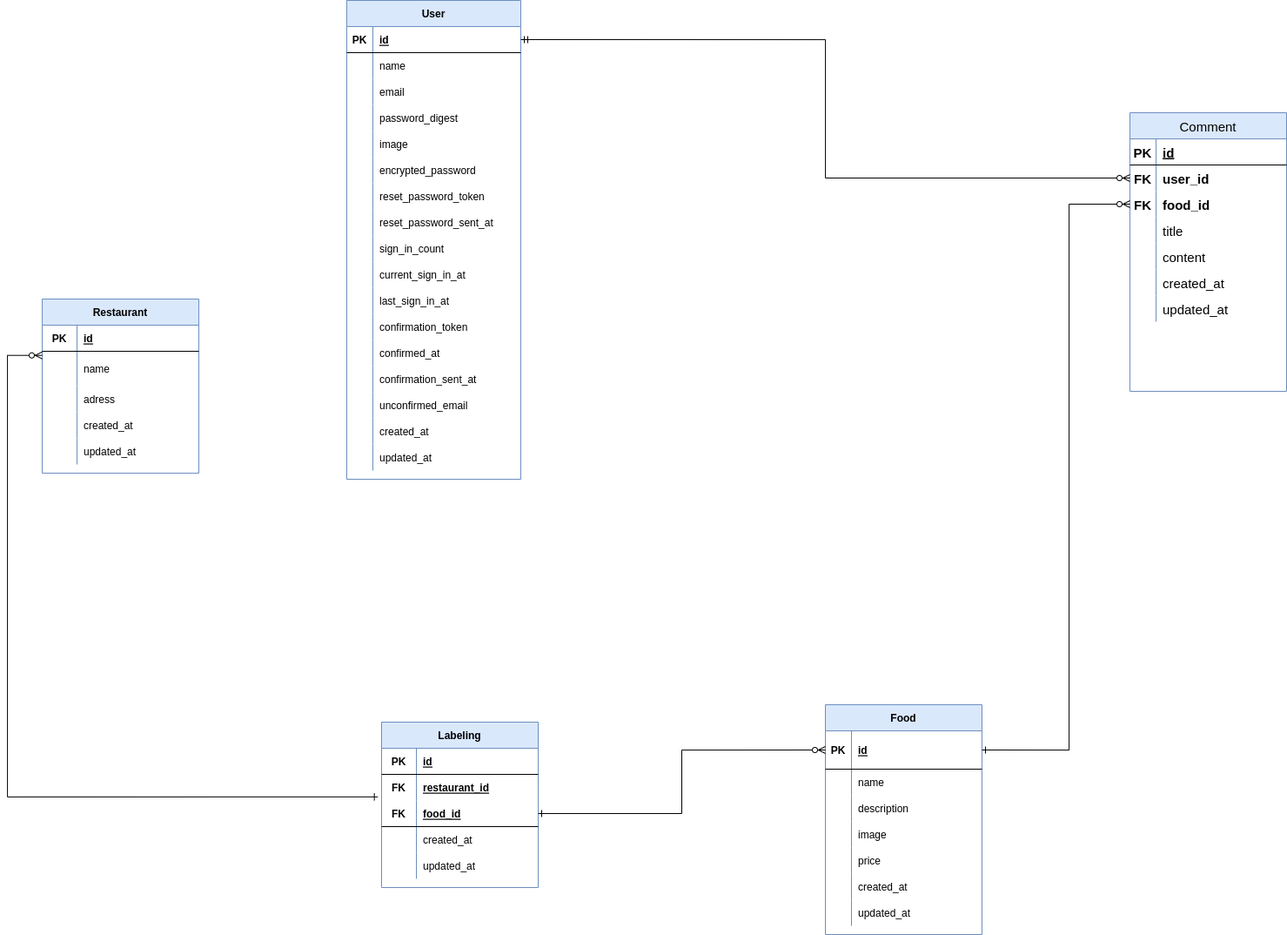
Before: docs/Table_ER_Diagramm.png, a diagram exported from draw.io (Gado229/special_food_store). Source tidied: cells renumbered, new cells last; positions are measured from the earlier drawing's top-left corner, leaving out a move shared by most shapes.
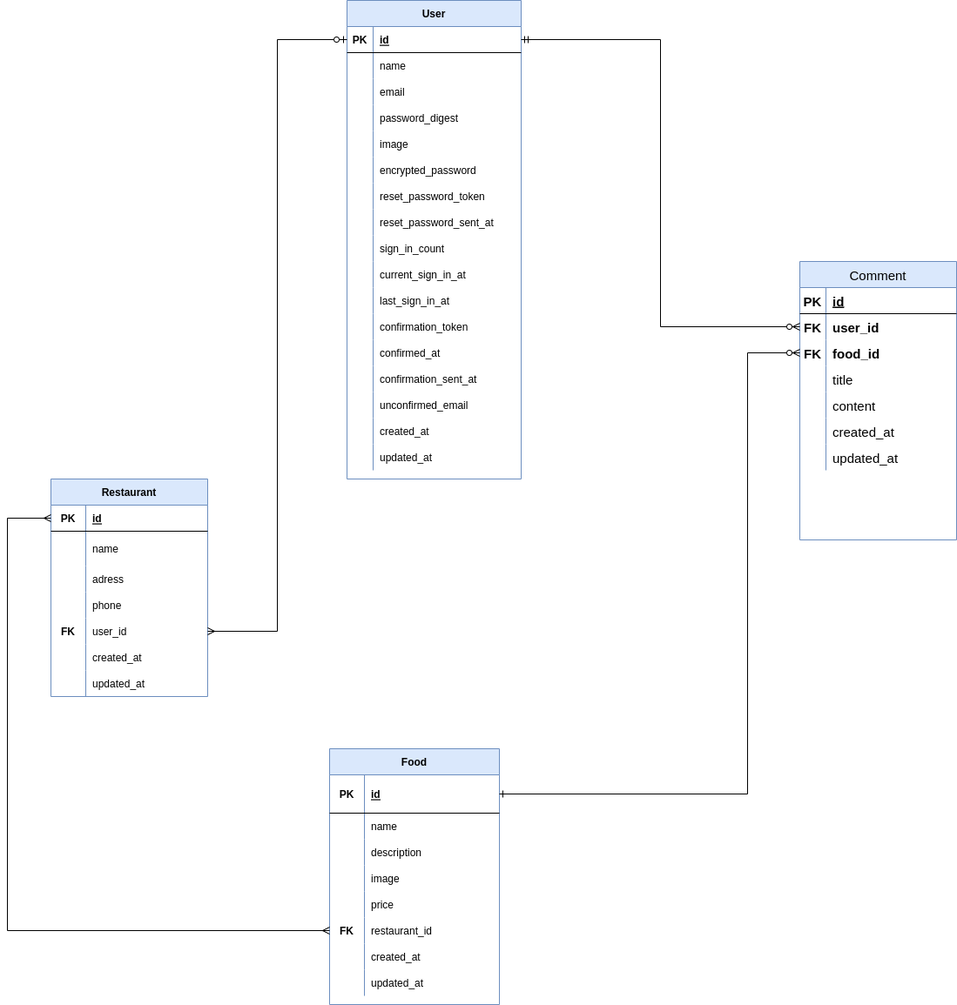
The same file after the commit.

Diff of the diagram source:
```diff
@@ -3,7 +3,7 @@
     <mxCell id="0" />
     <mxCell id="1" parent="0" />
     <mxCell id="2" value="User" style="shape=table;startSize=30;rowLines=0;fontStyle=1;align=center;fillColor=#dae8fc;strokeColor=#6c8ebf;" parent="1" vertex="1">
-      <mxGeometry x="390" width="200" height="550" as="geometry" />
+      <mxGeometry x="170" y="-817" width="200" height="550" as="geometry" />
     </mxCell>
     <mxCell id="3" style="shape=tableRow;horizontal=0;startSize=0;swimlaneHead=0;swimlaneBody=0;fillColor=none;points=[[0,0.5],[1,0.5]];portConstraint=eastwest;top=0;left=0;right=0;bottom=1;" parent="2" vertex="1">
       <mxGeometry y="30" width="200" height="30" as="geometry" />
@@ -159,121 +159,82 @@
       <mxGeometry x="30" width="170" height="30" as="geometry" />
     </mxCell>
     <mxCell id="54" value="Food" style="shape=table;startSize=30;rowLines=0;fontStyle=1;align=center;fillColor=#dae8fc;strokeColor=#6c8ebf;" parent="1" vertex="1">
-      <mxGeometry x="940" y="809" width="180" height="264" as="geometry" />
+      <mxGeometry x="150" y="43" width="195" height="294" as="geometry" />
     </mxCell>
     <mxCell id="55" style="shape=tableRow;horizontal=0;startSize=0;swimlaneHead=0;swimlaneBody=0;fillColor=none;points=[[0,0.5],[1,0.5]];portConstraint=eastwest;top=0;left=0;right=0;bottom=1;" parent="54" vertex="1">
-      <mxGeometry y="30" width="180" height="44" as="geometry" />
+      <mxGeometry y="30" width="195" height="44" as="geometry" />
     </mxCell>
     <mxCell id="56" value="PK" style="shape=partialRectangle;fillColor=none;top=0;left=0;bottom=0;right=0;fontStyle=1;overflow=hidden;" parent="55" vertex="1">
-      <mxGeometry width="30" height="44" as="geometry" />
+      <mxGeometry width="40" height="44" as="geometry" />
     </mxCell>
     <mxCell id="57" value="id" style="shape=partialRectangle;fillColor=none;top=0;left=0;bottom=0;right=0;align=left;spacingLeft=6;fontStyle=5;overflow=hidden;" parent="55" vertex="1">
-      <mxGeometry x="30" width="150" height="44" as="geometry" />
+      <mxGeometry x="40" width="155" height="44" as="geometry" />
     </mxCell>
     <mxCell id="58" style="shape=tableRow;horizontal=0;startSize=0;swimlaneHead=0;swimlaneBody=0;fillColor=none;top=0;left=0;right=0;bottom=0;" parent="54" vertex="1">
-      <mxGeometry y="74" width="180" height="30" as="geometry" />
+      <mxGeometry y="74" width="195" height="30" as="geometry" />
     </mxCell>
     <mxCell id="59" style="shape=partialRectangle;fillColor=none;top=0;left=0;bottom=0;right=0;overflow=hidden;" parent="58" vertex="1">
-      <mxGeometry width="30" height="30" as="geometry" />
+      <mxGeometry width="40" height="30" as="geometry" />
     </mxCell>
     <mxCell id="60" value="name" style="shape=partialRectangle;fillColor=none;top=0;left=0;bottom=0;right=0;align=left;spacingLeft=6;overflow=hidden;" parent="58" vertex="1">
-      <mxGeometry x="30" width="150" height="30" as="geometry" />
+      <mxGeometry x="40" width="155" height="30" as="geometry" />
     </mxCell>
     <mxCell id="61" style="shape=tableRow;horizontal=0;startSize=0;swimlaneHead=0;swimlaneBody=0;fillColor=none;top=0;left=0;right=0;bottom=0;" parent="54" vertex="1">
-      <mxGeometry y="104" width="180" height="30" as="geometry" />
+      <mxGeometry y="104" width="195" height="30" as="geometry" />
     </mxCell>
     <mxCell id="62" style="shape=partialRectangle;fillColor=none;top=0;left=0;bottom=0;right=0;overflow=hidden;" parent="61" vertex="1">
-      <mxGeometry width="30" height="30" as="geometry" />
+      <mxGeometry width="40" height="30" as="geometry" />
     </mxCell>
     <mxCell id="63" value="description" style="shape=partialRectangle;fillColor=none;top=0;left=0;bottom=0;right=0;align=left;spacingLeft=6;overflow=hidden;" parent="61" vertex="1">
-      <mxGeometry x="30" width="150" height="30" as="geometry" />
+      <mxGeometry x="40" width="155" height="30" as="geometry" />
     </mxCell>
     <mxCell id="64" style="shape=tableRow;horizontal=0;startSize=0;swimlaneHead=0;swimlaneBody=0;fillColor=none;top=0;left=0;right=0;bottom=0;" parent="54" vertex="1">
-      <mxGeometry y="134" width="180" height="30" as="geometry" />
+      <mxGeometry y="134" width="195" height="30" as="geometry" />
     </mxCell>
     <mxCell id="65" style="shape=partialRectangle;fillColor=none;top=0;left=0;bottom=0;right=0;overflow=hidden;" parent="64" vertex="1">
-      <mxGeometry width="30" height="30" as="geometry" />
+      <mxGeometry width="40" height="30" as="geometry" />
     </mxCell>
     <mxCell id="66" value="image" style="shape=partialRectangle;fillColor=none;top=0;left=0;bottom=0;right=0;align=left;spacingLeft=6;overflow=hidden;" parent="64" vertex="1">
-      <mxGeometry x="30" width="150" height="30" as="geometry" />
+      <mxGeometry x="40" width="155" height="30" as="geometry" />
     </mxCell>
     <mxCell id="67" style="shape=tableRow;horizontal=0;startSize=0;swimlaneHead=0;swimlaneBody=0;fillColor=none;top=0;left=0;right=0;bottom=0;" parent="54" vertex="1">
-      <mxGeometry y="164" width="180" height="30" as="geometry" />
+      <mxGeometry y="164" width="195" height="30" as="geometry" />
     </mxCell>
     <mxCell id="68" style="shape=partialRectangle;fillColor=none;top=0;left=0;bottom=0;right=0;overflow=hidden;" parent="67" vertex="1">
-      <mxGeometry width="30" height="30" as="geometry" />
+      <mxGeometry width="40" height="30" as="geometry" />
     </mxCell>
     <mxCell id="69" value="price" style="shape=partialRectangle;fillColor=none;top=0;left=0;bottom=0;right=0;align=left;spacingLeft=6;overflow=hidden;" parent="67" vertex="1">
-      <mxGeometry x="30" width="150" height="30" as="geometry" />
+      <mxGeometry x="40" width="155" height="30" as="geometry" />
     </mxCell>
+    <mxCell id="134" style="shape=tableRow;horizontal=0;startSize=0;swimlaneHead=0;swimlaneBody=0;fillColor=none;points=[[0,0.5],[1,0.5]];portConstraint=eastwest;top=0;left=0;right=0;bottom=0;" parent="54" vertex="1">
+      <mxGeometry y="194" width="195" height="30" as="geometry" />
+    </mxCell>
+    <mxCell id="135" value="FK" style="shape=partialRectangle;fillColor=none;top=0;left=0;bottom=0;right=0;overflow=hidden;fontStyle=1;" parent="134" vertex="1">
+      <mxGeometry width="40" height="30" as="geometry" />
+    </mxCell>
+    <mxCell id="82" value="restaurant_id" style="shape=partialRectangle;fillColor=none;top=0;left=0;bottom=0;right=0;align=left;spacingLeft=6;overflow=hidden;" parent="134" vertex="1">
+      <mxGeometry x="40" width="155" height="30" as="geometry" />
+    </mxCell>
     <mxCell id="70" style="shape=tableRow;horizontal=0;startSize=0;swimlaneHead=0;swimlaneBody=0;fillColor=none;top=0;left=0;right=0;bottom=0;" parent="54" vertex="1">
-      <mxGeometry y="194" width="180" height="30" as="geometry" />
+      <mxGeometry y="224" width="195" height="30" as="geometry" />
     </mxCell>
     <mxCell id="71" style="shape=partialRectangle;fillColor=none;top=0;left=0;bottom=0;right=0;overflow=hidden;" parent="70" vertex="1">
-      <mxGeometry width="30" height="30" as="geometry" />
+      <mxGeometry width="40" height="30" as="geometry" />
     </mxCell>
     <mxCell id="72" value="created_at" style="shape=partialRectangle;fillColor=none;top=0;left=0;bottom=0;right=0;align=left;spacingLeft=6;overflow=hidden;" parent="70" vertex="1">
-      <mxGeometry x="30" width="150" height="30" as="geometry" />
+      <mxGeometry x="40" width="155" height="30" as="geometry" />
     </mxCell>
     <mxCell id="73" style="shape=tableRow;horizontal=0;startSize=0;swimlaneHead=0;swimlaneBody=0;fillColor=none;top=0;left=0;right=0;bottom=0;" parent="54" vertex="1">
-      <mxGeometry y="224" width="180" height="30" as="geometry" />
+      <mxGeometry y="254" width="195" height="30" as="geometry" />
     </mxCell>
     <mxCell id="74" style="shape=partialRectangle;fillColor=none;top=0;left=0;bottom=0;right=0;overflow=hidden;" parent="73" vertex="1">
-      <mxGeometry width="30" height="30" as="geometry" />
+      <mxGeometry width="40" height="30" as="geometry" />
     </mxCell>
     <mxCell id="75" value="updated_at" style="shape=partialRectangle;fillColor=none;top=0;left=0;bottom=0;right=0;align=left;spacingLeft=6;overflow=hidden;" parent="73" vertex="1">
-      <mxGeometry x="30" width="150" height="30" as="geometry" />
+      <mxGeometry x="40" width="155" height="30" as="geometry" />
     </mxCell>
-    <mxCell id="76" value="Labeling" style="shape=table;startSize=30;rowLines=0;fontStyle=1;align=center;strokeColor=#6c8ebf;fillColor=#dae8fc;" parent="1" vertex="1">
-      <mxGeometry x="430" y="829" width="180" height="190" as="geometry" />
-    </mxCell>
-    <mxCell id="77" style="shape=tableRow;horizontal=0;startSize=0;swimlaneHead=0;swimlaneBody=0;fillColor=none;top=0;left=0;right=0;bottom=1;strokeColor=default;" parent="76" vertex="1">
-      <mxGeometry y="30" width="180" height="30" as="geometry" />
-    </mxCell>
-    <mxCell id="78" value="PK" style="shape=partialRectangle;fillColor=none;top=0;left=0;bottom=0;right=0;fontStyle=1;overflow=hidden;strokeColor=default;" parent="77" vertex="1">
-      <mxGeometry width="40" height="30" as="geometry" />
-    </mxCell>
-    <mxCell id="79" value="id" style="shape=partialRectangle;fillColor=none;top=0;left=0;bottom=0;right=0;align=left;spacingLeft=6;fontStyle=5;overflow=hidden;strokeColor=default;" parent="77" vertex="1">
-      <mxGeometry x="40" width="140" height="30" as="geometry" />
-    </mxCell>
-    <mxCell id="80" style="shape=tableRow;horizontal=0;startSize=0;swimlaneHead=0;swimlaneBody=0;fillColor=none;top=0;left=0;right=0;bottom=0;strokeColor=default;" parent="76" vertex="1">
-      <mxGeometry y="60" width="180" height="30" as="geometry" />
-    </mxCell>
-    <mxCell id="81" value="FK" style="shape=partialRectangle;fillColor=none;top=0;left=0;bottom=0;right=0;fontStyle=1;overflow=hidden;strokeColor=default;" parent="80" vertex="1">
-      <mxGeometry width="40" height="30" as="geometry" />
-    </mxCell>
-    <mxCell id="82" value="restaurant_id" style="shape=partialRectangle;fillColor=none;top=0;left=0;bottom=0;right=0;align=left;spacingLeft=6;fontStyle=5;overflow=hidden;strokeColor=default;" parent="80" vertex="1">
-      <mxGeometry x="40" width="140" height="30" as="geometry" />
-    </mxCell>
-    <mxCell id="83" style="shape=tableRow;horizontal=0;startSize=0;swimlaneHead=0;swimlaneBody=0;fillColor=none;points=[[0,0.5],[1,0.5]];portConstraint=eastwest;top=0;left=0;right=0;bottom=1;strokeColor=default;" parent="76" vertex="1">
-      <mxGeometry y="90" width="180" height="30" as="geometry" />
-    </mxCell>
-    <mxCell id="84" value="FK" style="shape=partialRectangle;fillColor=none;top=0;left=0;bottom=0;right=0;fontStyle=1;overflow=hidden;strokeColor=default;" parent="83" vertex="1">
-      <mxGeometry width="40" height="30" as="geometry" />
-    </mxCell>
-    <mxCell id="85" value="food_id" style="shape=partialRectangle;fillColor=none;top=0;left=0;bottom=0;right=0;align=left;spacingLeft=6;fontStyle=5;overflow=hidden;strokeColor=default;" parent="83" vertex="1">
-      <mxGeometry x="40" width="140" height="30" as="geometry" />
-    </mxCell>
-    <mxCell id="86" style="shape=tableRow;horizontal=0;startSize=0;swimlaneHead=0;swimlaneBody=0;fillColor=none;top=0;left=0;right=0;bottom=0;strokeColor=default;" parent="76" vertex="1">
-      <mxGeometry y="120" width="180" height="30" as="geometry" />
-    </mxCell>
-    <mxCell id="87" style="shape=partialRectangle;fillColor=none;top=0;left=0;bottom=0;right=0;overflow=hidden;strokeColor=default;" parent="86" vertex="1">
-      <mxGeometry width="40" height="30" as="geometry" />
-    </mxCell>
-    <mxCell id="88" value="created_at" style="shape=partialRectangle;fillColor=none;top=0;left=0;bottom=0;right=0;align=left;spacingLeft=6;overflow=hidden;strokeColor=default;" parent="86" vertex="1">
-      <mxGeometry x="40" width="140" height="30" as="geometry" />
-    </mxCell>
-    <mxCell id="89" style="shape=tableRow;horizontal=0;startSize=0;swimlaneHead=0;swimlaneBody=0;fillColor=none;top=0;left=0;right=0;bottom=0;strokeColor=default;" parent="76" vertex="1">
-      <mxGeometry y="150" width="180" height="30" as="geometry" />
-    </mxCell>
-    <mxCell id="90" style="shape=partialRectangle;fillColor=none;top=0;left=0;bottom=0;right=0;overflow=hidden;strokeColor=default;" parent="89" vertex="1">
-      <mxGeometry width="40" height="30" as="geometry" />
-    </mxCell>
-    <mxCell id="91" value="updated_at" style="shape=partialRectangle;fillColor=none;top=0;left=0;bottom=0;right=0;align=left;spacingLeft=6;overflow=hidden;strokeColor=default;" parent="89" vertex="1">
-      <mxGeometry x="40" width="140" height="30" as="geometry" />
-    </mxCell>
     <mxCell id="92" value="Comment" style="shape=table;startSize=30;rowLines=0;fontStyle=0;align=center;labelBackgroundColor=none;fontSize=15;strokeWidth=1;fillColor=#dae8fc;strokeColor=#6c8ebf;rounded=0;" parent="1" vertex="1">
-      <mxGeometry x="1290" y="129" width="180" height="320" as="geometry" />
+      <mxGeometry x="690" y="-517" width="180" height="320" as="geometry" />
     </mxCell>
     <mxCell id="93" style="shape=tableRow;horizontal=0;startSize=0;swimlaneHead=0;swimlaneBody=0;fillColor=none;top=0;left=0;right=0;bottom=1;labelBackgroundColor=none;fontSize=15;fontColor=#000000;strokeWidth=1;fontStyle=0;" parent="92" vertex="1">
       <mxGeometry y="30" width="180" height="30" as="geometry" />
@@ -344,13 +305,13 @@
     <mxCell id="115" style="edgeStyle=orthogonalEdgeStyle;rounded=0;jettySize=auto;html=1;exitX=0;exitY=0.5;exitDx=0;exitDy=0;fontSize=15;fontColor=#000000;startArrow=ERzeroToMany;startFill=0;endArrow=ERone;endFill=0;entryX=1;entryY=0.5;entryDx=0;entryDy=0;" parent="1" edge="1" source="99" target="55">
       <mxGeometry relative="1" as="geometry">
         <Array as="points">
-          <mxPoint x="1220" y="234" />
-          <mxPoint x="1220" y="861" />
+          <mxPoint x="630" y="-412" />
+          <mxPoint x="630" y="95" />
         </Array>
       </mxGeometry>
     </mxCell>
     <mxCell id="116" value="Restaurant" style="shape=table;startSize=30;rowLines=0;fontStyle=1;align=center;strokeColor=#6c8ebf;fillColor=#dae8fc;" parent="1" vertex="1">
-      <mxGeometry x="40" y="343" width="180" height="200" as="geometry" />
+      <mxGeometry x="-170" y="-267" width="180" height="250" as="geometry" />
     </mxCell>
     <mxCell id="117" style="shape=tableRow;horizontal=0;startSize=0;swimlaneHead=0;swimlaneBody=0;fillColor=none;points=[[0,0.5],[1,0.5]];portConstraint=eastwest;top=0;left=0;right=0;bottom=1;strokeColor=default;" parent="116" vertex="1">
       <mxGeometry y="30" width="180" height="30" as="geometry" />
@@ -379,34 +340,52 @@
     <mxCell id="125" value="adress" style="shape=partialRectangle;fillColor=none;top=0;left=0;bottom=0;right=0;align=left;spacingLeft=6;overflow=hidden;strokeColor=default;" parent="123" vertex="1">
       <mxGeometry x="40" width="140" height="30" as="geometry" />
     </mxCell>
-    <mxCell id="126" style="shape=tableRow;horizontal=0;startSize=0;swimlaneHead=0;swimlaneBody=0;fillColor=none;top=0;left=0;right=0;bottom=0;strokeColor=default;" parent="116" vertex="1">
-      <mxGeometry y="130" width="180" height="30" as="geometry" />
-    </mxCell>
-    <mxCell id="127" style="shape=partialRectangle;fillColor=none;top=0;left=0;bottom=0;right=0;overflow=hidden;strokeColor=default;" parent="126" vertex="1">
-      <mxGeometry width="40" height="30" as="geometry" />
-    </mxCell>
-    <mxCell id="128" value="created_at" style="shape=partialRectangle;fillColor=none;top=0;left=0;bottom=0;right=0;align=left;spacingLeft=6;overflow=hidden;strokeColor=default;" parent="126" vertex="1">
-      <mxGeometry x="40" width="140" height="30" as="geometry" />
-    </mxCell>
     <mxCell id="129" style="shape=tableRow;horizontal=0;startSize=0;swimlaneHead=0;swimlaneBody=0;fillColor=none;top=0;left=0;right=0;bottom=0;strokeColor=default;" parent="116" vertex="1">
-      <mxGeometry y="160" width="180" height="30" as="geometry" />
+      <mxGeometry y="130" width="180" height="30" as="geometry" />
     </mxCell>
     <mxCell id="130" style="shape=partialRectangle;fillColor=none;top=0;left=0;bottom=0;right=0;overflow=hidden;strokeColor=default;" parent="129" vertex="1">
       <mxGeometry width="40" height="30" as="geometry" />
     </mxCell>
-    <mxCell id="131" value="updated_at" style="shape=partialRectangle;fillColor=none;top=0;left=0;bottom=0;right=0;align=left;spacingLeft=6;overflow=hidden;strokeColor=default;" parent="129" vertex="1">
+    <mxCell id="131" value="phone" style="shape=partialRectangle;fillColor=none;top=0;left=0;bottom=0;right=0;align=left;spacingLeft=6;overflow=hidden;strokeColor=default;" parent="129" vertex="1">
       <mxGeometry x="40" width="140" height="30" as="geometry" />
     </mxCell>
-    <mxCell id="132" style="edgeStyle=orthogonalEdgeStyle;rounded=0;jettySize=auto;html=1;fontSize=25;startArrow=ERone;startFill=0;endArrow=ERzeroToMany;endFill=0;exitX=-0.024;exitY=-0.138;exitDx=0;exitDy=0;exitPerimeter=0;entryX=0;entryY=0.118;entryDx=0;entryDy=0;entryPerimeter=0;" parent="1" edge="1" source="83" target="120">
-      <mxGeometry relative="1" as="geometry">
-        <Array as="points">
-          <mxPoint y="915" />
-          <mxPoint y="408" />
-        </Array>
-      </mxGeometry>
-    </mxCell>
-    <mxCell id="133" style="edgeStyle=orthogonalEdgeStyle;rounded=0;jettySize=auto;html=1;entryX=0;entryY=0.5;entryDx=0;entryDy=0;startArrow=ERone;startFill=0;endArrow=ERzeroToMany;endFill=0;" parent="1" edge="1" source="83" target="55">
-      <mxGeometry relative="1" as="geometry" />
-    </mxCell>
+    <mxCell id="136" style="shape=tableRow;horizontal=0;startSize=0;swimlaneHead=0;swimlaneBody=0;fillColor=none;points=[[0,0.5],[1,0.5]];portConstraint=eastwest;top=0;left=0;right=0;bottom=0;strokeColor=default;" parent="116" vertex="1">
+      <mxGeometry y="160" width="180" height="30" as="geometry" />
+    </mxCell>
+    <mxCell id="137" value="FK" style="shape=partialRectangle;fillColor=none;top=0;left=0;bottom=0;right=0;overflow=hidden;strokeColor=default;fontStyle=1;" parent="136" vertex="1">
+      <mxGeometry width="40" height="30" as="geometry" />
+    </mxCell>
+    <mxCell id="138" value="user_id" style="shape=partialRectangle;fillColor=none;top=0;left=0;bottom=0;right=0;align=left;spacingLeft=6;overflow=hidden;strokeColor=default;" parent="136" vertex="1">
+      <mxGeometry x="40" width="140" height="30" as="geometry" />
+    </mxCell>
+    <mxCell id="139" style="shape=tableRow;horizontal=0;startSize=0;swimlaneHead=0;swimlaneBody=0;fillColor=none;top=0;left=0;right=0;bottom=0;strokeColor=default;" parent="116" vertex="1">
+      <mxGeometry y="190" width="180" height="30" as="geometry" />
+    </mxCell>
+    <mxCell id="140" style="shape=partialRectangle;fillColor=none;top=0;left=0;bottom=0;right=0;overflow=hidden;strokeColor=default;" parent="139" vertex="1">
+      <mxGeometry width="40" height="30" as="geometry" />
+    </mxCell>
+    <mxCell id="141" value="created_at" style="shape=partialRectangle;fillColor=none;top=0;left=0;bottom=0;right=0;align=left;spacingLeft=6;overflow=hidden;strokeColor=default;" parent="139" vertex="1">
+      <mxGeometry x="40" width="140" height="30" as="geometry" />
+    </mxCell>
+    <mxCell id="142" style="shape=tableRow;horizontal=0;startSize=0;swimlaneHead=0;swimlaneBody=0;fillColor=none;top=0;left=0;right=0;bottom=0;strokeColor=default;" parent="116" vertex="1">
+      <mxGeometry y="220" width="180" height="30" as="geometry" />
+    </mxCell>
+    <mxCell id="143" style="shape=partialRectangle;fillColor=none;top=0;left=0;bottom=0;right=0;overflow=hidden;strokeColor=default;" parent="142" vertex="1">
+      <mxGeometry width="40" height="30" as="geometry" />
+    </mxCell>
+    <mxCell id="91" value="updated_at" style="shape=partialRectangle;fillColor=none;top=0;left=0;bottom=0;right=0;align=left;spacingLeft=6;overflow=hidden;strokeColor=default;" parent="142" vertex="1">
+      <mxGeometry x="40" width="140" height="30" as="geometry" />
+    </mxCell>
+    <mxCell id="144" style="edgeStyle=orthogonalEdgeStyle;rounded=0;jettySize=auto;html=1;exitX=0;exitY=0.5;exitDx=0;exitDy=0;entryX=1;entryY=0.5;entryDx=0;entryDy=0;startArrow=ERzeroToOne;startFill=0;endArrow=ERmany;endFill=0;" parent="1" edge="1" source="3" target="136">
+      <mxGeometry relative="1" as="geometry" />
+    </mxCell>
+    <mxCell id="145" style="edgeStyle=orthogonalEdgeStyle;rounded=0;jettySize=auto;html=1;exitX=0;exitY=0.5;exitDx=0;exitDy=0;entryX=0;entryY=0.5;entryDx=0;entryDy=0;endArrow=ERmany;endFill=0;startArrow=ERmany;startFill=0;" parent="1" edge="1" source="117" target="134">
+      <mxGeometry relative="1" as="geometry">
+        <Array as="points">
+          <mxPoint x="-220" y="-222" />
+          <mxPoint x="-220" y="252" />
+        </Array>
+      </mxGeometry>
+    </mxCell>
   </root>
 </mxGraphModel>
```
